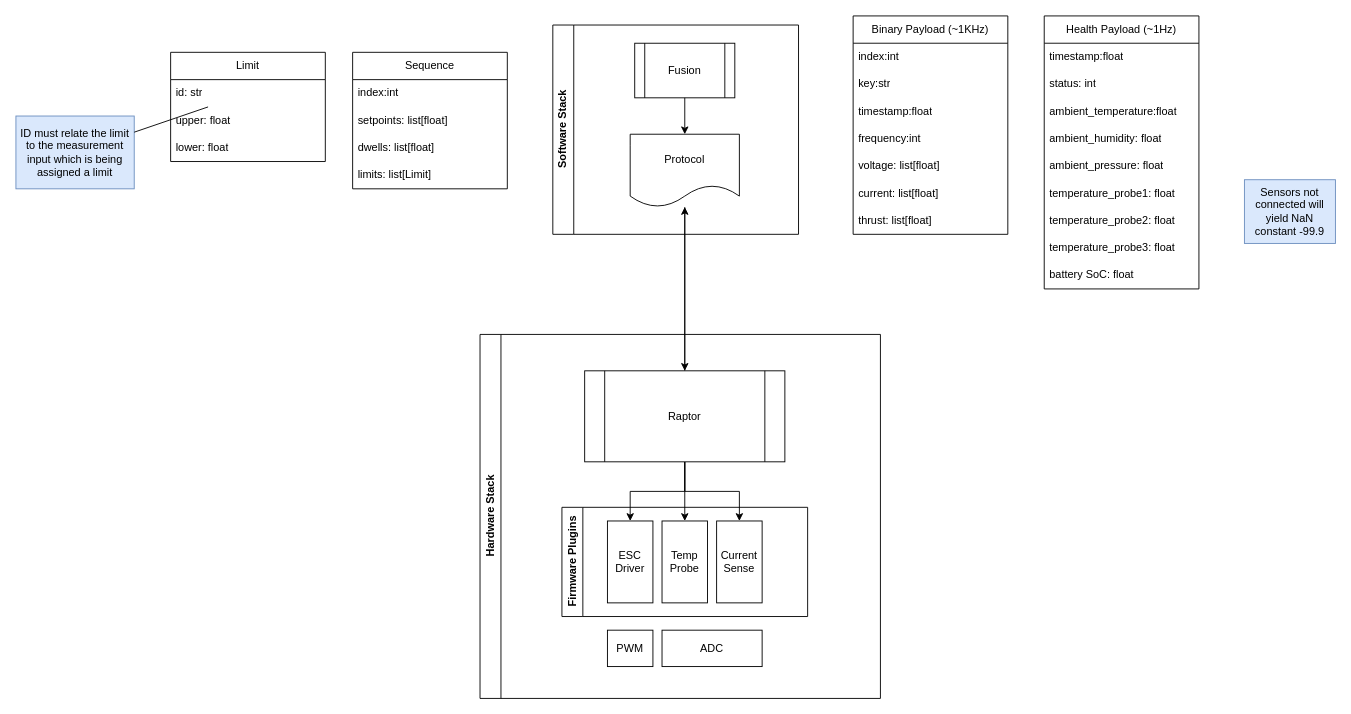
Before: page "Page-1" (1 of 2) of raptor/v1/Topology.drawio in dronectl/ddd, a draw.io diagram. Source tidied: cells renumbered, new cells numbered last; positions are measured from the earlier drawing's top-left corner, leaving out a move shared by most shapes. Both pictures are drawn from the tidied source at 91%, with x=0, y=0 at pixel (15, 15).
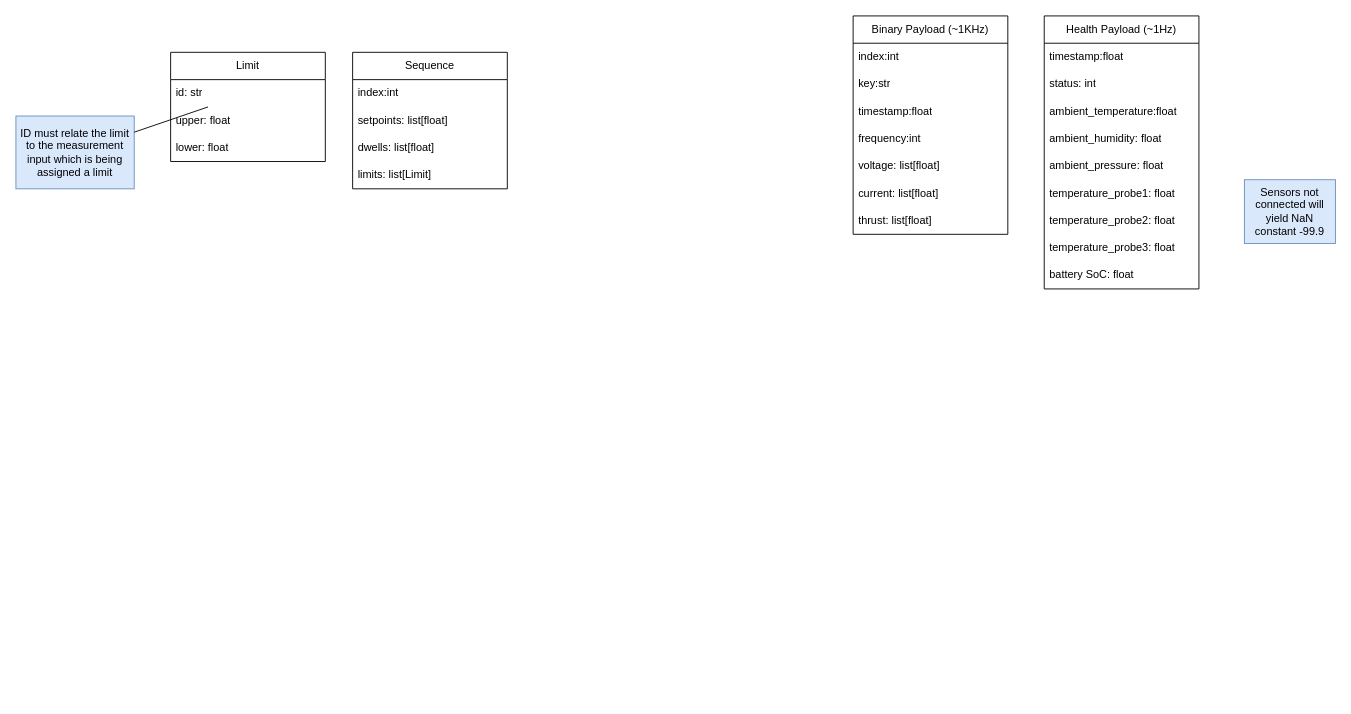
After the change.

Commit message:
Topology.drawio を更新します

Diff of the diagram source:
```diff
@@
-    <mxCell id="2" style="edgeStyle=orthogonalEdgeStyle;rounded=0;jettySize=auto;html=1;" parent="1" edge="1" source="6" target="45">
-      <mxGeometry relative="1" as="geometry" />
-    </mxCell>
-    <mxCell id="3" style="edgeStyle=orthogonalEdgeStyle;rounded=0;jettySize=auto;html=1;entryX=0.5;entryY=0;entryDx=0;entryDy=0;" parent="1" edge="1" source="6" target="12">
-      <mxGeometry relative="1" as="geometry" />
-    </mxCell>
-    <mxCell id="4" style="edgeStyle=orthogonalEdgeStyle;rounded=0;jettySize=auto;html=1;" parent="1" edge="1" source="6" target="11">
-      <mxGeometry relative="1" as="geometry" />
-    </mxCell>
-    <mxCell id="5" style="edgeStyle=orthogonalEdgeStyle;rounded=0;jettySize=auto;html=1;" parent="1" edge="1" source="6" target="10">
-      <mxGeometry relative="1" as="geometry" />
-    </mxCell>
-    <mxCell id="6" value="Raptor" style="shape=process;whiteSpace=wrap;html=1;backgroundOutline=1;" parent="1" vertex="1">
-      <mxGeometry x="625" y="390" width="220" height="100" as="geometry" />
-    </mxCell>
-    <mxCell id="7" value="PWM" style="rounded=0;whiteSpace=wrap;html=1;" parent="1" vertex="1">
-      <mxGeometry x="650" y="675" width="50" height="40" as="geometry" />
-    </mxCell>
-    <mxCell id="8" value="ADC" style="rounded=0;whiteSpace=wrap;html=1;" parent="1" vertex="1">
-      <mxGeometry x="710" y="675" width="110" height="40" as="geometry" />
-    </mxCell>
-    <mxCell id="9" value="Firmware Plugins" style="swimlane;horizontal=0;whiteSpace=wrap;html=1;" parent="1" vertex="1">
-      <mxGeometry x="600" y="540" width="270" height="120" as="geometry" />
-    </mxCell>
-    <mxCell id="10" value="Current&lt;br&gt;Sense" style="rounded=0;whiteSpace=wrap;html=1;" parent="9" vertex="1">
-      <mxGeometry x="170" y="15" width="50" height="90" as="geometry" />
-    </mxCell>
-    <mxCell id="11" value="Temp&lt;br&gt;Probe" style="rounded=0;whiteSpace=wrap;html=1;" parent="9" vertex="1">
-      <mxGeometry x="110" y="15" width="50" height="90" as="geometry" />
-    </mxCell>
-    <mxCell id="12" value="ESC&lt;br&gt;Driver" style="rounded=0;whiteSpace=wrap;html=1;" parent="9" vertex="1">
-      <mxGeometry x="50" y="15" width="50" height="90" as="geometry" />
-    </mxCell>
@@
-    <mxCell id="17" style="edgeStyle=orthogonalEdgeStyle;rounded=0;jettySize=auto;html=1;" parent="1" edge="1" source="45" target="6">
-      <mxGeometry relative="1" as="geometry" />
-    </mxCell>
@@
-    <mxCell id="44" value="Software Stack" style="swimlane;horizontal=0;whiteSpace=wrap;html=1;" parent="1" vertex="1">
-      <mxGeometry x="590" y="10" width="270" height="230" as="geometry" />
-    </mxCell>
-    <mxCell id="45" value="Protocol" style="shape=document;whiteSpace=wrap;html=1;boundedLbl=1;" parent="44" vertex="1">
-      <mxGeometry x="85" y="120" width="120" height="80" as="geometry" />
-    </mxCell>
-    <mxCell id="46" value="Fusion" style="shape=process;whiteSpace=wrap;html=1;backgroundOutline=1;" parent="44" vertex="1">
-      <mxGeometry x="90" y="20" width="110" height="60" as="geometry" />
-    </mxCell>
-    <mxCell id="47" style="edgeStyle=orthogonalEdgeStyle;rounded=0;jettySize=auto;html=1;entryX=0.5;entryY=0;entryDx=0;entryDy=0;" parent="44" edge="1" source="46" target="45">
-      <mxGeometry relative="1" as="geometry" />
-    </mxCell>
-    <mxCell id="48" value="Hardware Stack" style="swimlane;horizontal=0;whiteSpace=wrap;html=1;" parent="1" vertex="1">
-      <mxGeometry x="510" y="350" width="440" height="400" as="geometry" />
-    </mxCell>
```
